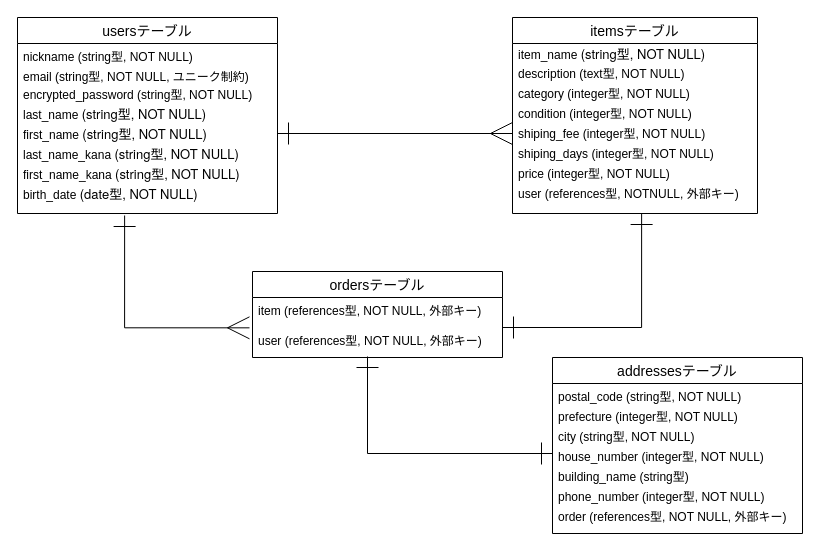
Above: furima.dio in 08081108/furima-42460 (draw.io), before the change. Source tidied: cells renumbered, new cells numbered last; positions are measured from the earlier drawing's top-left corner, leaving out a move shared by most shapes. Both pictures are drawn from the tidied source at 100%, with x=0, y=0 at pixel (17, 17).
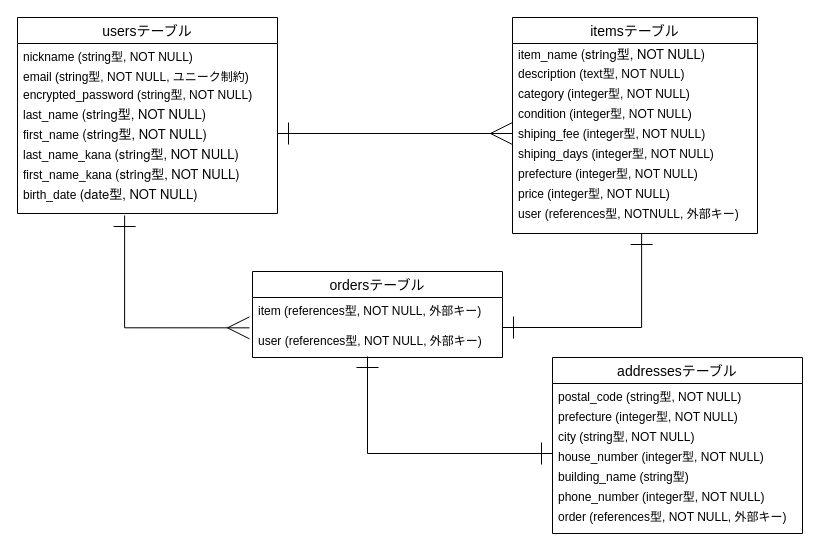
The same diagram, later.

Commit message:
itemsテーブルにprefectureカラムを追加

The edit, as a diff of the source:
```diff
@@
     <mxCell id="22" value="itemsテーブル" style="swimlane;fontStyle=0;horizontal=1;startSize=26;align=center;fontSize=14;" parent="1" vertex="1">
-      <mxGeometry x="495" width="245" height="196" as="geometry" />
+      <mxGeometry x="495" width="245" height="216" as="geometry" />
     </mxCell>
@@
+    <mxCell id="35" value="prefecture (integer型, NOT NULL)" style="text;strokeColor=none;fillColor=none;spacingLeft=4;spacingRight=4;overflow=hidden;fontSize=12;whiteSpace=wrap;html=1;spacingTop=-3;" parent="22" vertex="1">
+      <mxGeometry y="146" width="245" height="20" as="geometry" />
+    </mxCell>
     <mxCell id="29" value="price (integer型, NOT NULL)" style="text;strokeColor=none;fillColor=none;spacingLeft=4;spacingRight=4;overflow=hidden;fontSize=12;whiteSpace=wrap;html=1;fontFamily=Helvetica;fontColor=default;spacingTop=-3;" parent="22" vertex="1">
-      <mxGeometry y="146" width="245" height="20" as="geometry" />
+      <mxGeometry y="166" width="245" height="20" as="geometry" />
     </mxCell>
     <mxCell id="30" value="user (references型, NOTNULL, 外部キー)" style="text;strokeColor=none;fillColor=none;spacingLeft=4;spacingRight=4;overflow=hidden;points=[[0,0.5],[1,0.5]];portConstraint=eastwest;fontSize=12;whiteSpace=wrap;html=1;fontFamily=Helvetica;fontColor=default;spacingTop=-3;" parent="22" vertex="1">
-      <mxGeometry y="166" width="245" height="30" as="geometry" />
+      <mxGeometry y="186" width="245" height="30" as="geometry" />
     </mxCell>
```
